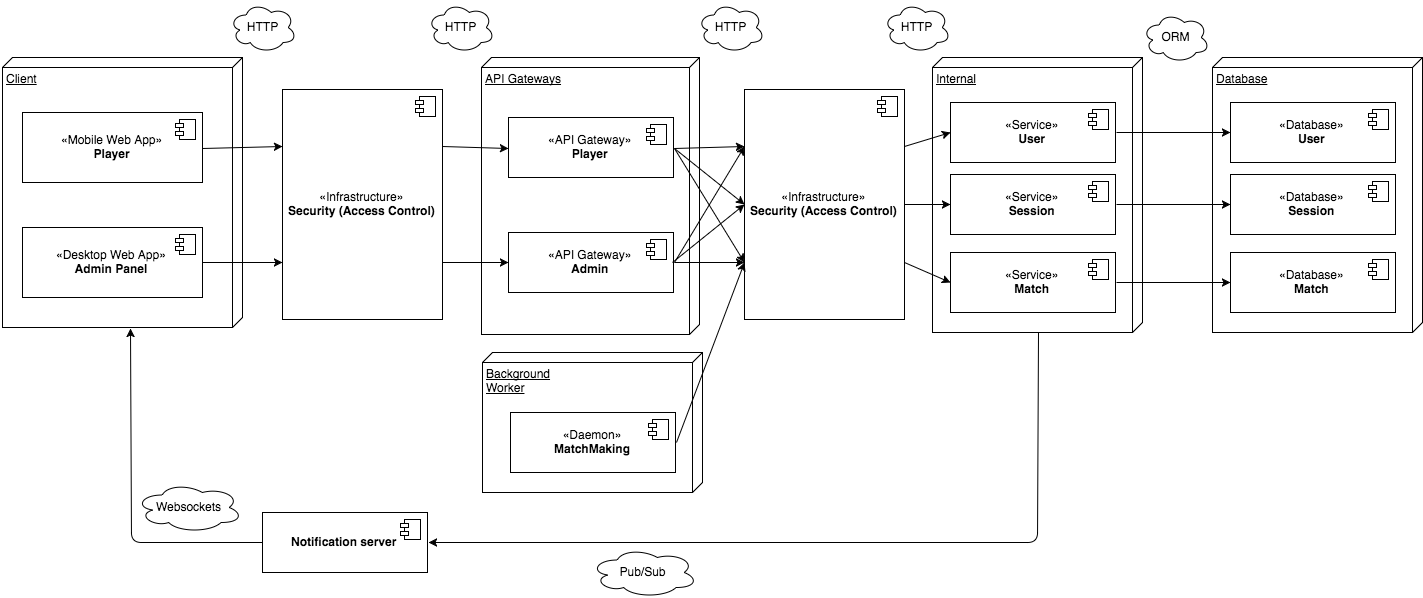
The draw.io diagram proposal_docs/uml_diagram.png in shuttleql/meta, before a commit. Source tidied: cells renumbered, new cells last; positions are measured from the earlier drawing's top-left corner, leaving out a move shared by most shapes.
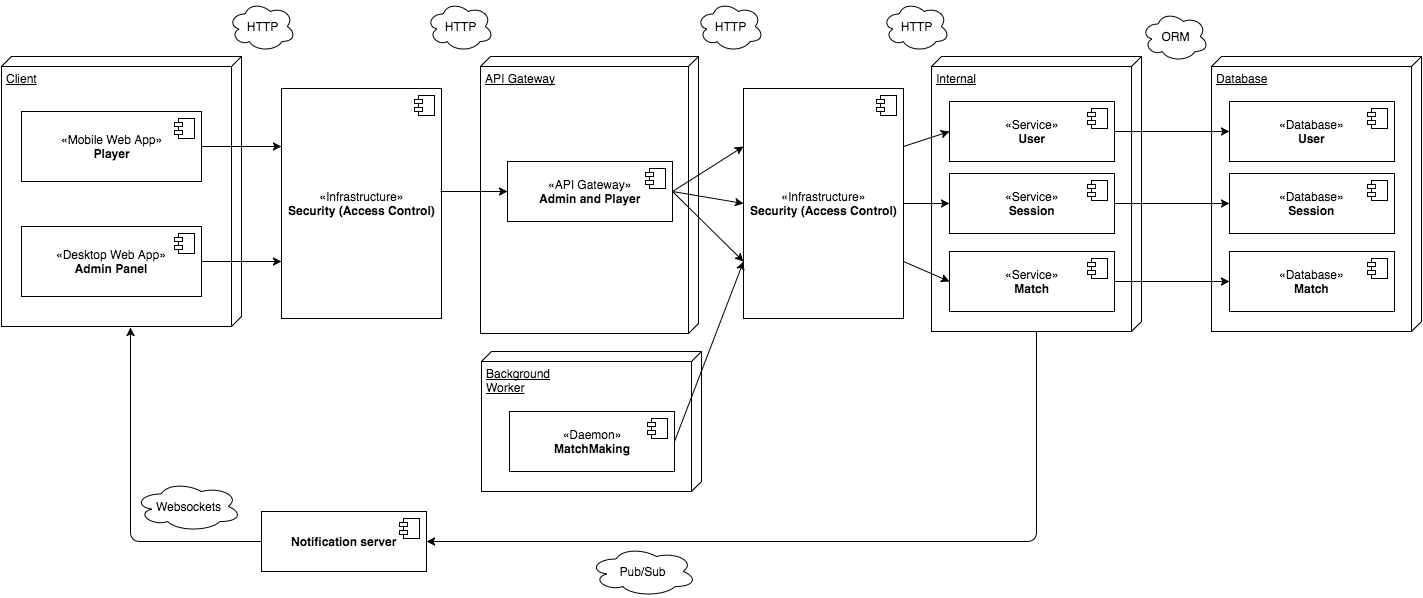
Above is the later version.

What changed in the source:
```diff
@@ -21,22 +21,14 @@
         <mxPoint x="-27" y="7" as="offset" />
       </mxGeometry>
     </mxCell>
-    <mxCell id="7" value="API Gateways" style="verticalAlign=top;align=left;spacingTop=8;spacingLeft=2;spacingRight=12;shape=cube;size=10;direction=south;fontStyle=4;html=1;" parent="1" vertex="1">
+    <mxCell id="7" value="API Gateway" style="verticalAlign=top;align=left;spacingTop=8;spacingLeft=2;spacingRight=12;shape=cube;size=10;direction=south;fontStyle=4;html=1;" parent="1" vertex="1">
       <mxGeometry x="479" y="55" width="218" height="277" as="geometry" />
     </mxCell>
     <mxCell id="8" value="Internal" style="verticalAlign=top;align=left;spacingTop=8;spacingLeft=2;spacingRight=12;shape=cube;size=10;direction=south;fontStyle=4;html=1;" parent="1" vertex="1">
       <mxGeometry x="930" y="55" width="210" height="275" as="geometry" />
     </mxCell>
-    <mxCell id="9" value="«API Gateway»&lt;br&gt;&lt;b&gt;Admin&lt;/b&gt;" style="html=1;" parent="1" vertex="1">
-      <mxGeometry x="506" y="230" width="165" height="60" as="geometry" />
-    </mxCell>
-    <mxCell id="10" style="shape=component;jettyWidth=8;jettyHeight=4;" parent="9" vertex="1">
-      <mxGeometry x="1" width="20" height="20" relative="1" as="geometry">
-        <mxPoint x="-27" y="7" as="offset" />
-      </mxGeometry>
-    </mxCell>
-    <mxCell id="11" value="«API Gateway»&lt;br&gt;&lt;b&gt;Player&lt;/b&gt;" style="html=1;" parent="1" vertex="1">
-      <mxGeometry x="506" y="115" width="165" height="60" as="geometry" />
+    <mxCell id="11" value="«API Gateway»&lt;br&gt;&lt;b&gt;Admin and Player&lt;/b&gt;" style="html=1;" parent="1" vertex="1">
+      <mxGeometry x="506" y="160" width="165" height="60" as="geometry" />
     </mxCell>
     <mxCell id="12" style="shape=component;jettyWidth=8;jettyHeight=4;" parent="11" vertex="1">
       <mxGeometry x="1" width="20" height="20" relative="1" as="geometry">
@@ -168,12 +160,11 @@
     <mxCell id="45" style="endArrow=classic;html=1;exitX=1;exitY=0.5;entryX=0;entryY=0.75;" parent="1" edge="1" source="5" target="43">
       <mxGeometry x="240" y="219" as="geometry" />
     </mxCell>
-    <mxCell id="46" style="endArrow=classic;html=1;exitX=1;exitY=0.25;entryX=0;entryY=0.5;" parent="1" edge="1" source="43" target="11">
-      <mxGeometry x="544" y="213" as="geometry" />
+    <mxCell id="46" style="endArrow=classic;html=1;entryX=0;entryY=0.5;" parent="1" edge="1" target="11">
+      <mxGeometry x="544" y="213" as="geometry">
+        <mxPoint x="439" y="190" as="sourcePoint" />
+      </mxGeometry>
     </mxCell>
-    <mxCell id="47" style="endArrow=classic;html=1;exitX=1;exitY=0.75;entryX=0;entryY=0.5;" parent="1" edge="1" source="43" target="9">
-      <mxGeometry x="575" y="256" as="geometry" />
-    </mxCell>
     <mxCell id="48" value="«Infrastructure»&lt;br&gt;&lt;b&gt;Security (Access Control)&lt;/b&gt;" style="html=1;" parent="1" vertex="1">
       <mxGeometry x="742" y="87" width="160" height="230" as="geometry" />
     </mxCell>
@@ -191,17 +182,6 @@
     <mxCell id="52" style="endArrow=classic;html=1;entryX=0;entryY=0.75;exitX=1;exitY=0.5;" parent="1" edge="1" source="11" target="48">
       <mxGeometry x="710" y="270" as="geometry" />
     </mxCell>
-    <mxCell id="53" style="endArrow=classic;html=1;entryX=0;entryY=0.25;exitX=1;exitY=0.5;" parent="1" edge="1" source="9" target="48">
-      <mxGeometry x="700" y="260" as="geometry" />
-    </mxCell>
-    <mxCell id="54" style="endArrow=classic;html=1;entryX=0;entryY=0.5;" parent="1" edge="1" target="48">
-      <mxGeometry x="710" y="270" as="geometry">
-        <mxPoint x="670" y="260" as="sourcePoint" />
-      </mxGeometry>
-    </mxCell>
-    <mxCell id="55" style="endArrow=classic;html=1;entryX=0;entryY=0.75;exitX=1;exitY=0.5;" parent="1" edge="1" source="9" target="48">
-      <mxGeometry x="720" y="280" as="geometry" />
-    </mxCell>
     <mxCell id="56" style="endArrow=classic;html=1;entryX=0;entryY=0.5;exitX=1;exitY=0.25;" parent="1" edge="1" source="48" target="13">
       <mxGeometry x="700" y="260" as="geometry" />
     </mxCell>
```
